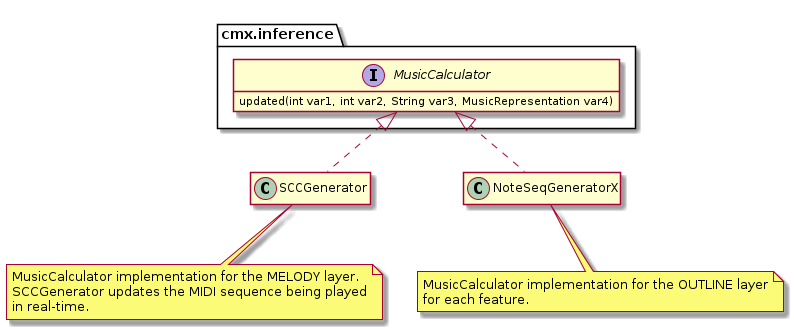
Before: diagrams/JamSketch-Class-MusicCalculator.png, a diagram exported from PlantUML (kitaharalab/JamSketch). The source it was exported from:
```plantuml
@startuml
hide empty members

interface cmx.inference.MusicCalculator {
    updated(int var1, int var2, String var3, MusicRepresentation var4)
}

class SCCGenerator implements cmx.inference.MusicCalculator
note bottom of SCCGenerator
    MusicCalculator implementation for the MELODY layer.
    SCCGenerator updates the MIDI sequence being played
    in real-time.
end note

class NoteSeqGeneratorX implements cmx.inference.MusicCalculator
note bottom of NoteSeqGeneratorX
    MusicCalculator implementation for the OUTLINE layer
    for each feature.
end note

@enduml
```
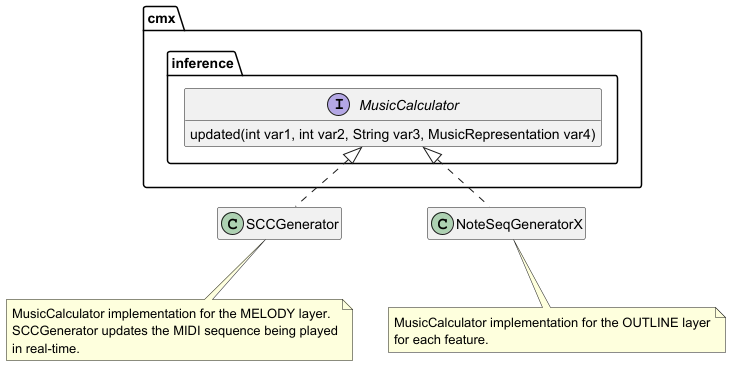
The same file after the commit.

What changed in the source:
```diff
@@ -1,11 +1,16 @@
 @startuml
 hide empty members
 
-interface cmx.inference.MusicCalculator {
-    updated(int var1, int var2, String var3, MusicRepresentation var4)
+package "cmx" {
+    package "inference" {
+        interface MusicCalculator {
+            updated(int var1, int var2, String var3, MusicRepresentation var4)
+        }
+    }
 }
 
 class SCCGenerator implements cmx.inference.MusicCalculator
+
 note bottom of SCCGenerator
     MusicCalculator implementation for the MELODY layer.
     SCCGenerator updates the MIDI sequence being played
```
